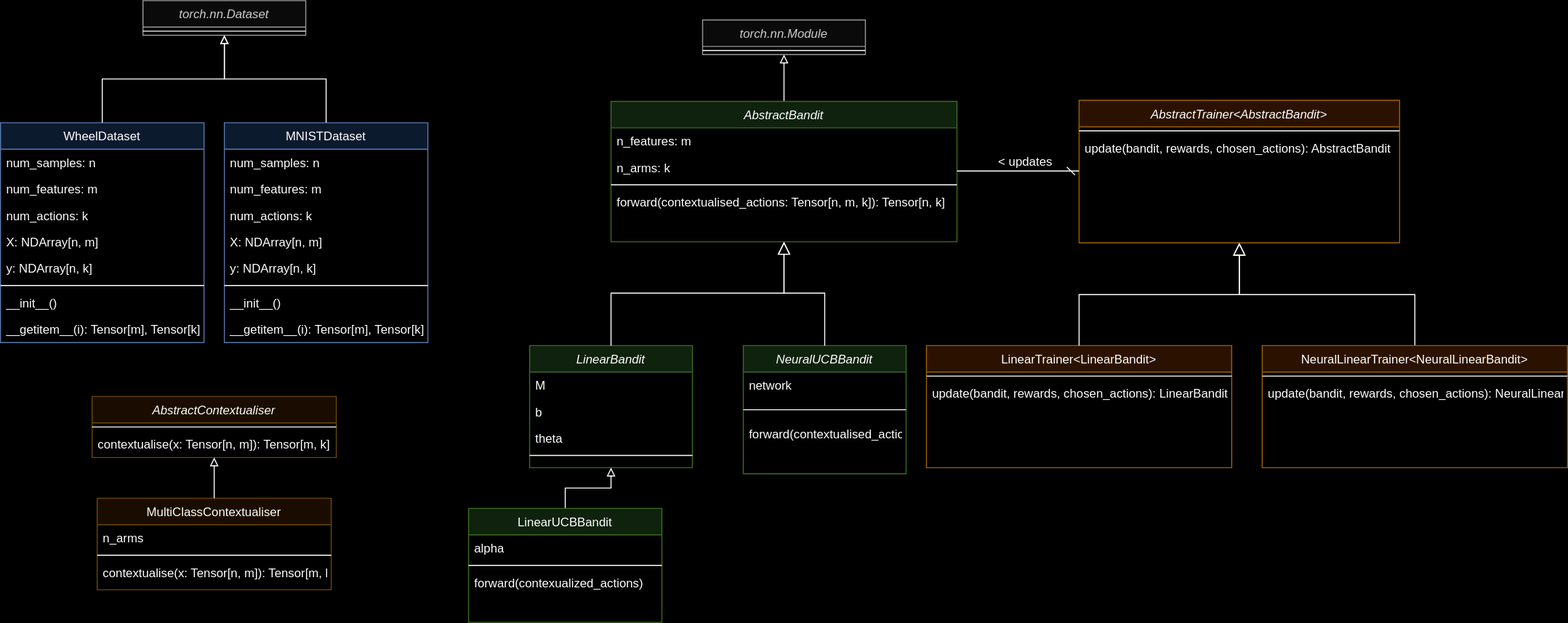
Earlier version of the draw.io export docs/architecture_12_12_2024.drawio.svg (philippkolbe/calvera). Source tidied: cells renumbered, new cells last; positions are measured from the earlier drawing's top-left corner, leaving out a move shared by most shapes.
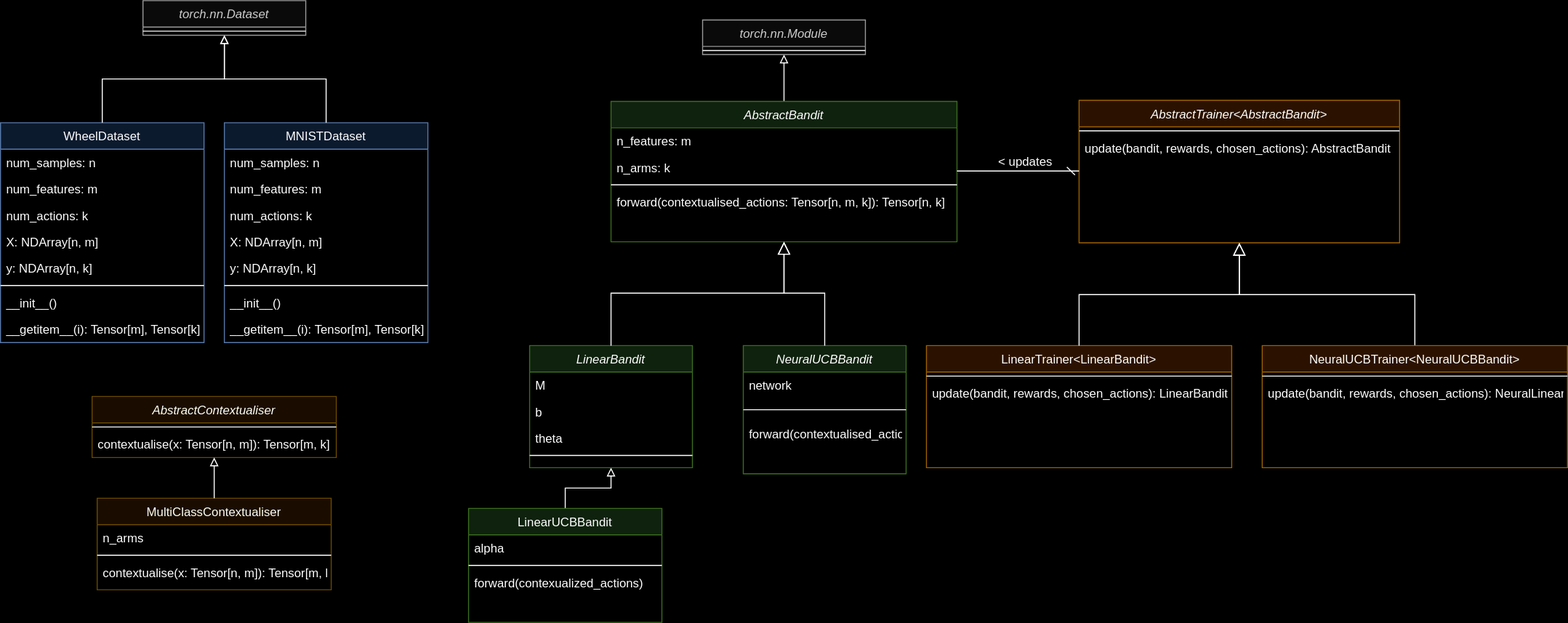
Later version of the same file.

The edit, as a diff of the source:
```diff
@@ -108,7 +108,7 @@
     <mxCell id="35" style="endArrow=block;endSize=10;endFill=0;shadow=0;strokeWidth=1;rounded=0;curved=0;edgeStyle=elbowEdgeStyle;elbow=vertical;entryX=0.5;entryY=1;entryDx=0;entryDy=0;exitX=0.5;exitY=0;exitDx=0;exitDy=0;" parent="1" edge="1" source="36" target="20">
       <mxGeometry relative="1" as="geometry" />
     </mxCell>
-    <mxCell id="36" value="NeuralLinearTrainer&lt;NeuralLinearBandit&gt;" style="swimlane;fontStyle=0;align=center;verticalAlign=top;horizontal=1;startSize=26;rounded=0;shadow=0;strokeWidth=1;fillColor=#ffe6cc;strokeColor=#d79b00;" parent="1" vertex="1">
+    <mxCell id="36" value="NeuralUCBTrainer&lt;NeuralUCBBandit&gt;" style="swimlane;fontStyle=0;align=center;verticalAlign=top;horizontal=1;startSize=26;rounded=0;shadow=0;strokeWidth=1;fillColor=#ffe6cc;strokeColor=#d79b00;" parent="1" vertex="1">
       <mxGeometry x="1240" y="339" width="300" height="120" as="geometry" />
     </mxCell>
     <mxCell id="37" style="line;html=1;strokeWidth=1;align=left;verticalAlign=middle;spacingTop=-1;spacingLeft=3;spacingRight=3;labelPosition=right;" parent="36" vertex="1">
```
